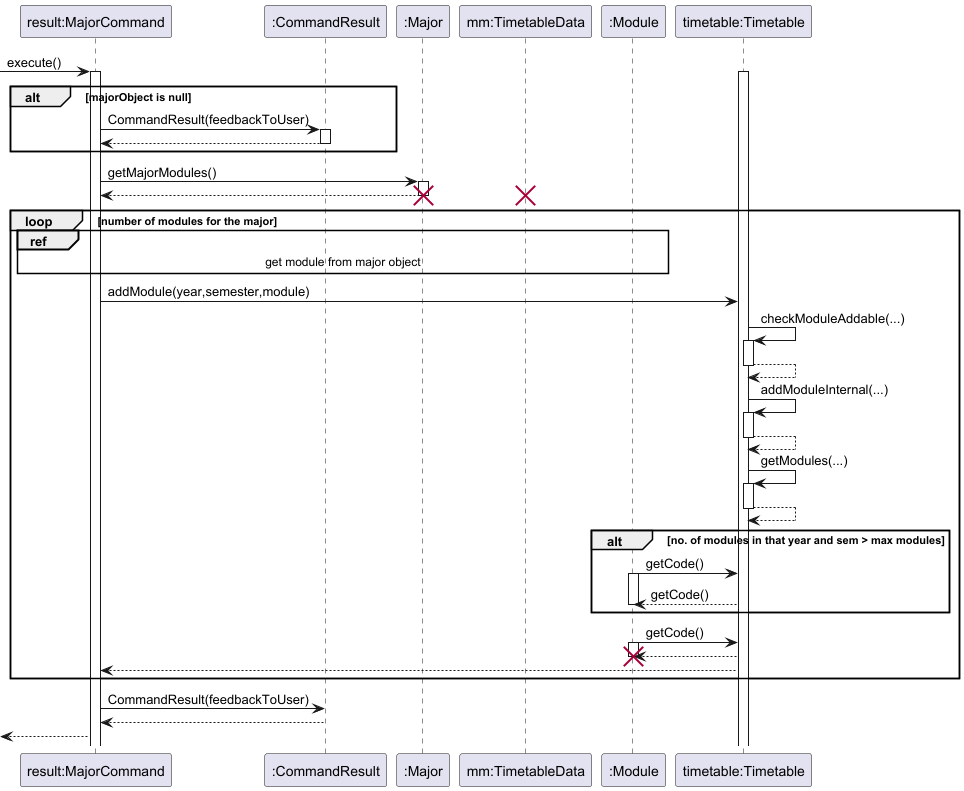
mendax1234/tp keeps this PlantUML diagram as docs/diagrams/majorCommand.png. Above is the earlier version. Source of this version:
```plantuml
@startuml

participant "result:MajorCommand"
participant ":CommandResult"
participant ":Major"
participant "mm:TimetableData"
participant ":Module"
participant "timetable:Timetable"

[-> "result:MajorCommand": execute()
activate "result:MajorCommand"
activate "timetable:Timetable"
alt majorObject is null
    "result:MajorCommand" -> ":CommandResult": CommandResult(feedbackToUser)
    activate ":CommandResult"
    "result:MajorCommand" <-- ":CommandResult"
    deactivate ":CommandResult"
end
"result:MajorCommand" -> ":Major":getMajorModules()
activate ":Major"
"result:MajorCommand" <-- ":Major"
destroy ":Major"
loop number of modules for the major
    ref over "result:MajorCommand", ":Module": get module from major object
    destroy "mm:TimetableData"
    "result:MajorCommand" -> "timetable:Timetable": addModule(year,semester,module)

    "timetable:Timetable" -> "timetable:Timetable": checkModuleAddable(...)
    activate "timetable:Timetable"
    "timetable:Timetable" --> "timetable:Timetable"
    deactivate "timetable:Timetable"

    "timetable:Timetable" -> "timetable:Timetable": addModuleInternal(...)
    activate "timetable:Timetable"
    "timetable:Timetable" --> "timetable:Timetable"
    deactivate "timetable:Timetable"

    "timetable:Timetable" -> "timetable:Timetable": getModules(...)
    activate "timetable:Timetable"
    "timetable:Timetable" --> "timetable:Timetable"
    deactivate "timetable:Timetable"

    alt no. of modules in that year and sem > max modules
        "timetable:Timetable" <- ":Module": getCode()
        activate ":Module"
        "timetable:Timetable" --> ":Module": getCode()
        deactivate ":Module"

    end alt

    "timetable:Timetable" <- ":Module": getCode()
    activate ":Module"
    "timetable:Timetable" --> ":Module"
    destroy ":Module"

    "result:MajorCommand" <-- "timetable:Timetable"
end

"result:MajorCommand" -> ":CommandResult": CommandResult(feedbackToUser)
"result:MajorCommand" <-- ":CommandResult"

[<--"result:MajorCommand"


@enduml
```
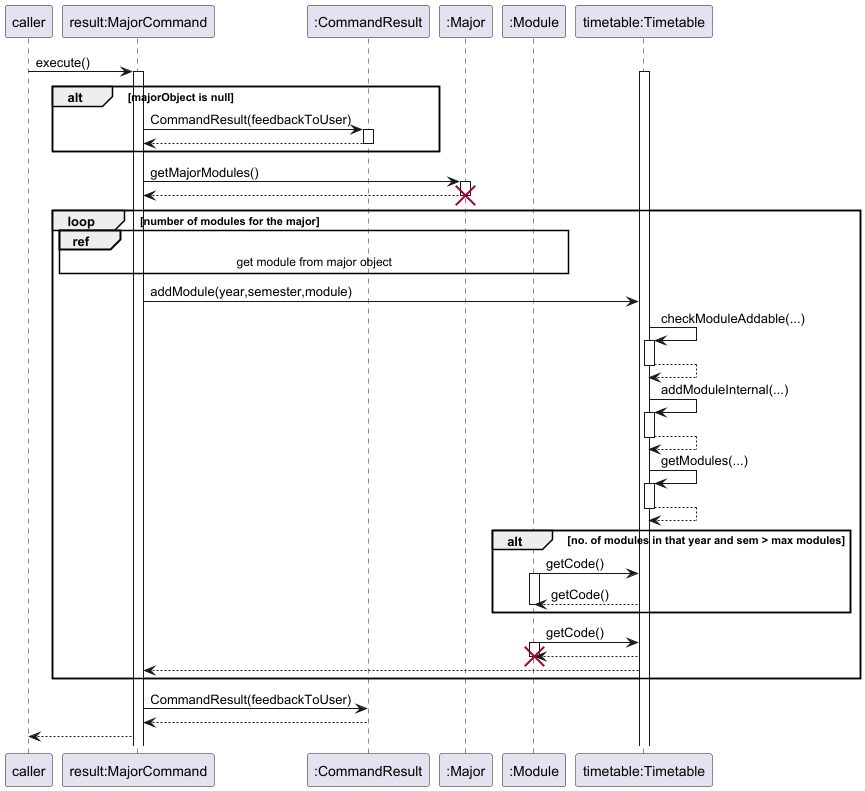
Later version of the same file.

Commit message:
Minor fix to MajorCommand sequence diagrams

Change to the diagram source:
```diff
@@ -1,13 +1,13 @@
 @startuml
 
+participant "caller"
 participant "result:MajorCommand"
 participant ":CommandResult"
 participant ":Major"
-participant "mm:TimetableData"
 participant ":Module"
 participant "timetable:Timetable"
 
-[-> "result:MajorCommand": execute()
+caller-> "result:MajorCommand": execute()
 activate "result:MajorCommand"
 activate "timetable:Timetable"
 alt majorObject is null
@@ -22,7 +22,6 @@
 destroy ":Major"
 loop number of modules for the major
     ref over "result:MajorCommand", ":Module": get module from major object
-    destroy "mm:TimetableData"
     "result:MajorCommand" -> "timetable:Timetable": addModule(year,semester,module)
 
     "timetable:Timetable" -> "timetable:Timetable": checkModuleAddable(...)
@@ -59,7 +58,7 @@
 "result:MajorCommand" -> ":CommandResult": CommandResult(feedbackToUser)
 "result:MajorCommand" <-- ":CommandResult"
 
-[<--"result:MajorCommand"
+caller<--"result:MajorCommand"
 
 
 @enduml
```
